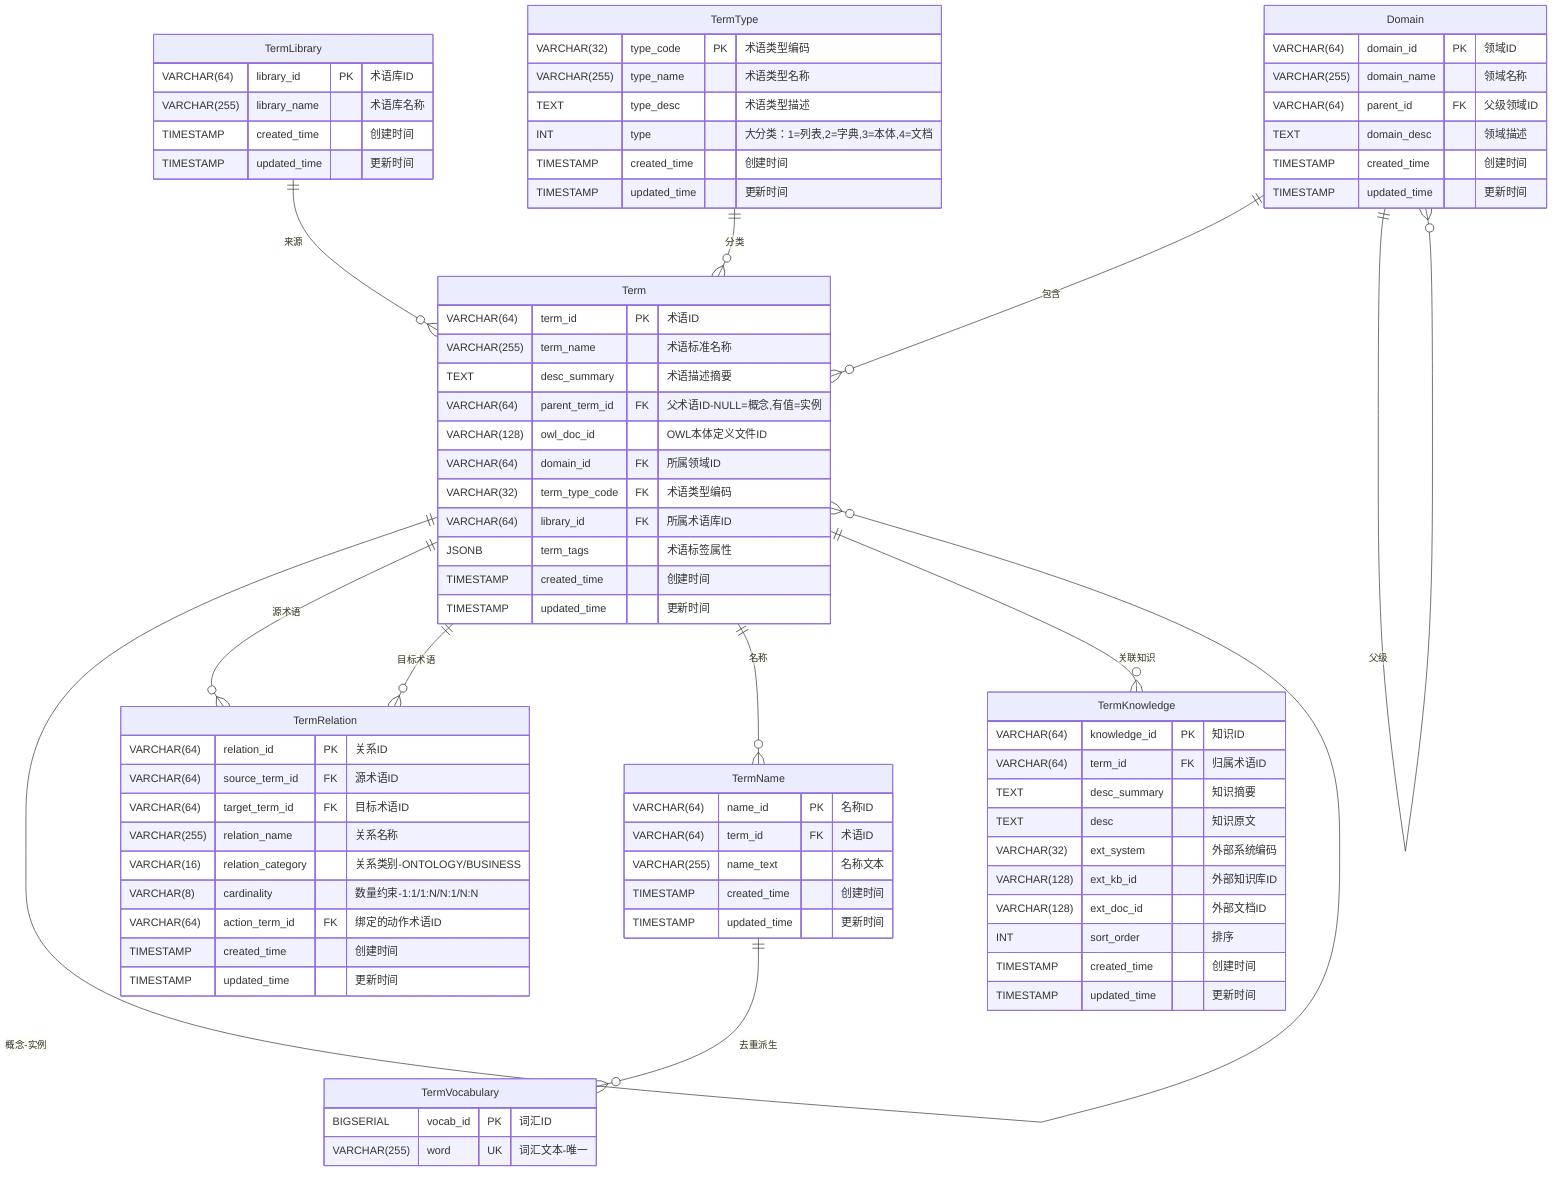
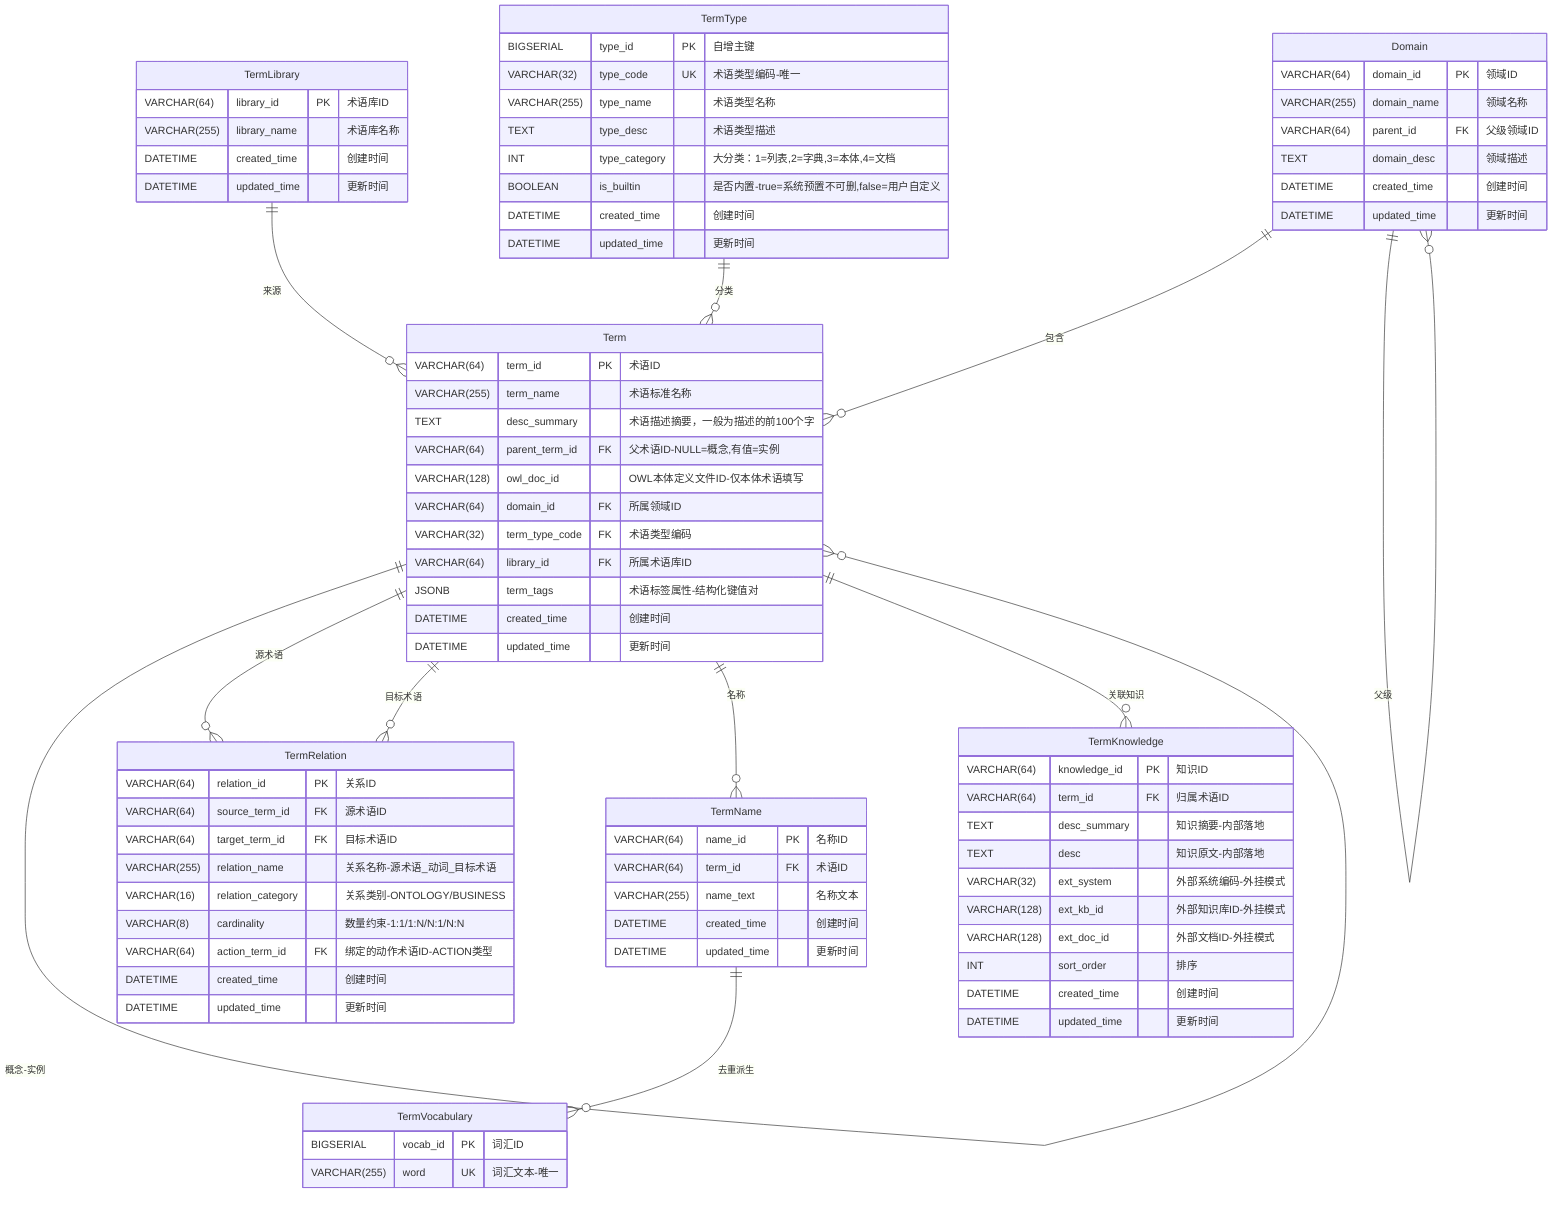
+ ```mermaid
erDiagram
    TermLibrary ||--o{ Term : "来源"
    Domain ||--o{ Term : "包含"
    Domain ||--o{ Domain : "父级"
    TermType ||--o{ Term : "分类"
    Term ||--o{ Term : "概念-实例"
    Term ||--o{ TermRelation : "源术语"
    Term ||--o{ TermRelation : "目标术语"
    Term ||--o{ TermName : "名称"
    Term ||--o{ TermKnowledge : "关联知识"
    TermName ||--o{ TermVocabulary : "去重派生"

    Domain {
        VARCHAR(64) domain_id PK "领域ID"
        VARCHAR(255) domain_name "领域名称"
        VARCHAR(64) parent_id FK "父级领域ID"
        TEXT domain_desc "领域描述"
-         TIMESTAMP created_time "创建时间"
-         TIMESTAMP updated_time "更新时间"
+         DATETIME created_time "创建时间"
+         DATETIME updated_time "更新时间"
    }

    TermType {
-         VARCHAR(32) type_code PK "术语类型编码"
+         BIGSERIAL type_id PK "自增主键"
+         VARCHAR(32) type_code UK "术语类型编码-唯一"
        VARCHAR(255) type_name "术语类型名称"
        TEXT type_desc "术语类型描述"
-         INT type "大分类：1=列表,2=字典,3=本体,4=文档"
-         TIMESTAMP created_time "创建时间"
-         TIMESTAMP updated_time "更新时间"
+         INT type_category "大分类：1=列表,2=字典,3=本体,4=文档"
+         BOOLEAN is_builtin "是否内置-true=系统预置不可删,false=用户自定义"
+         DATETIME created_time "创建时间"
+         DATETIME updated_time "更新时间"
    }

    TermLibrary {
        VARCHAR(64) library_id PK "术语库ID"
        VARCHAR(255) library_name "术语库名称"
-         TIMESTAMP created_time "创建时间"
-         TIMESTAMP updated_time "更新时间"
+         DATETIME created_time "创建时间"
+         DATETIME updated_time "更新时间"
    }

    Term {
        VARCHAR(64) term_id PK "术语ID"
        VARCHAR(255) term_name "术语标准名称"
-         TEXT desc_summary "术语描述摘要"
+         TEXT desc_summary "术语描述摘要，一般为描述的前100个字"
        VARCHAR(64) parent_term_id FK "父术语ID-NULL=概念,有值=实例"
-         VARCHAR(128) owl_doc_id "OWL本体定义文件ID"
+         VARCHAR(128) owl_doc_id "OWL本体定义文件ID-仅本体术语填写"
        VARCHAR(64) domain_id FK "所属领域ID"
        VARCHAR(32) term_type_code FK "术语类型编码"
        VARCHAR(64) library_id FK "所属术语库ID"
-         JSONB term_tags "术语标签属性"
-         TIMESTAMP created_time "创建时间"
-         TIMESTAMP updated_time "更新时间"
+         JSONB term_tags "术语标签属性-结构化键值对"
+         DATETIME created_time "创建时间"
+         DATETIME updated_time "更新时间"
    }

    TermKnowledge {
        VARCHAR(64) knowledge_id PK "知识ID"
        VARCHAR(64) term_id FK "归属术语ID"
-         TEXT desc_summary "知识摘要"
-         TEXT desc "知识原文"
-         VARCHAR(32) ext_system "外部系统编码"
-         VARCHAR(128) ext_kb_id "外部知识库ID"
-         VARCHAR(128) ext_doc_id "外部文档ID"
+         TEXT desc_summary "知识摘要-内部落地"
+         TEXT desc "知识原文-内部落地"
+         VARCHAR(32) ext_system "外部系统编码-外挂模式"
+         VARCHAR(128) ext_kb_id "外部知识库ID-外挂模式"
+         VARCHAR(128) ext_doc_id "外部文档ID-外挂模式"
        INT sort_order "排序"
-         TIMESTAMP created_time "创建时间"
-         TIMESTAMP updated_time "更新时间"
+         DATETIME created_time "创建时间"
+         DATETIME updated_time "更新时间"
    }

    TermRelation {
        VARCHAR(64) relation_id PK "关系ID"
        VARCHAR(64) source_term_id FK "源术语ID"
        VARCHAR(64) target_term_id FK "目标术语ID"
-         VARCHAR(255) relation_name "关系名称"
+         VARCHAR(255) relation_name "关系名称-源术语_动词_目标术语"
        VARCHAR(16) relation_category "关系类别-ONTOLOGY/BUSINESS"
        VARCHAR(8) cardinality "数量约束-1:1/1:N/N:1/N:N"
-         VARCHAR(64) action_term_id FK "绑定的动作术语ID"
-         TIMESTAMP created_time "创建时间"
-         TIMESTAMP updated_time "更新时间"
+         VARCHAR(64) action_term_id FK "绑定的动作术语ID-ACTION类型"
+         DATETIME created_time "创建时间"
+         DATETIME updated_time "更新时间"
    }

    TermName {
        VARCHAR(64) name_id PK "名称ID"
        VARCHAR(64) term_id FK "术语ID"
        VARCHAR(255) name_text "名称文本"
-         TIMESTAMP created_time "创建时间"
-         TIMESTAMP updated_time "更新时间"
+         DATETIME created_time "创建时间"
+         DATETIME updated_time "更新时间"
    }

    TermVocabulary {
        BIGSERIAL vocab_id PK "词汇ID"
        VARCHAR(255) word UK "词汇文本-唯一"
    }
+ ```
